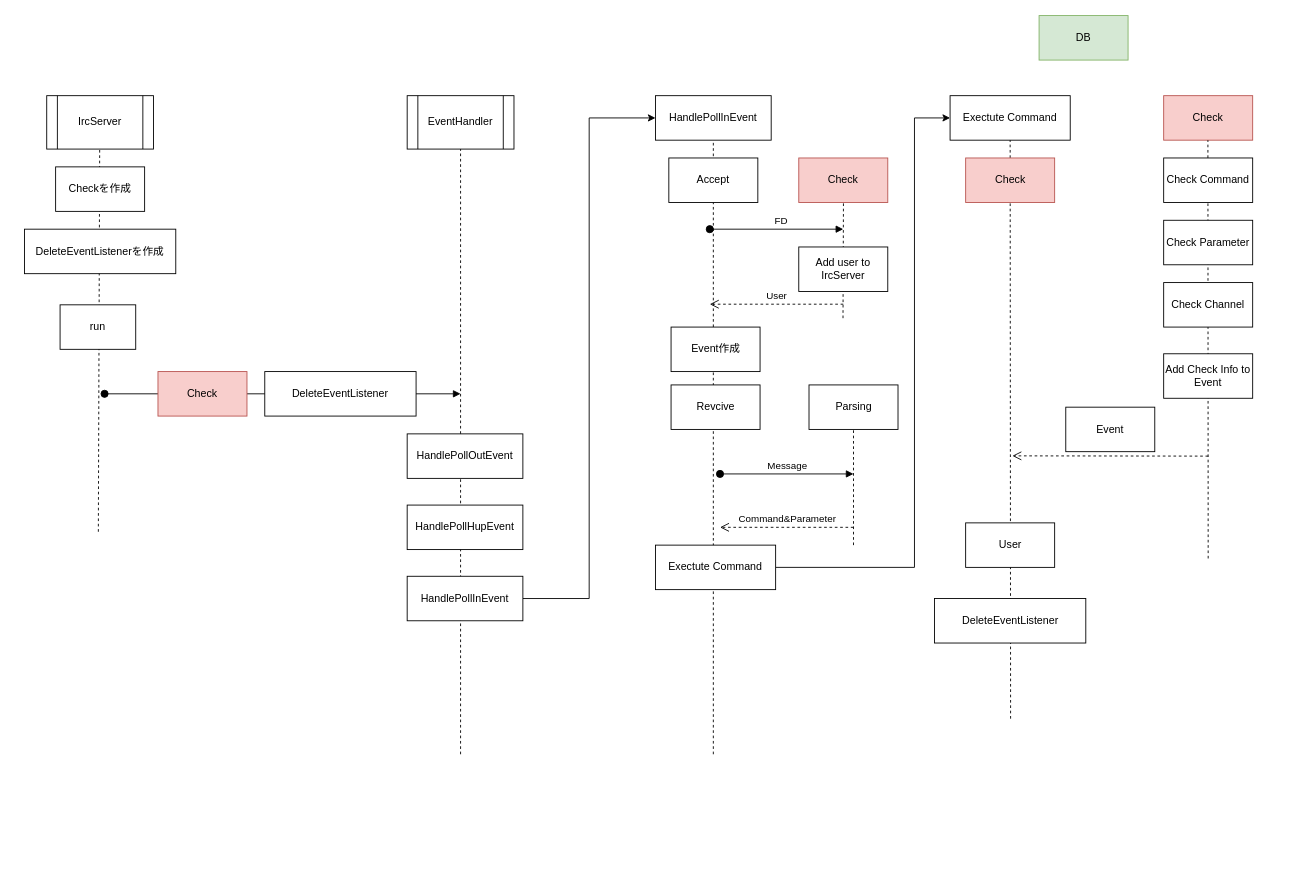
Before: docs/Untitled Diagram.drawio in IRC-WIR/ft_irc, a draw.io diagram. Source tidied: cells renumbered, new cells numbered last; positions are measured from the earlier drawing's top-left corner, leaving out a move shared by most shapes. Both pictures are drawn from the tidied source at 89%, with x=0, y=0 at pixel (24, 15).
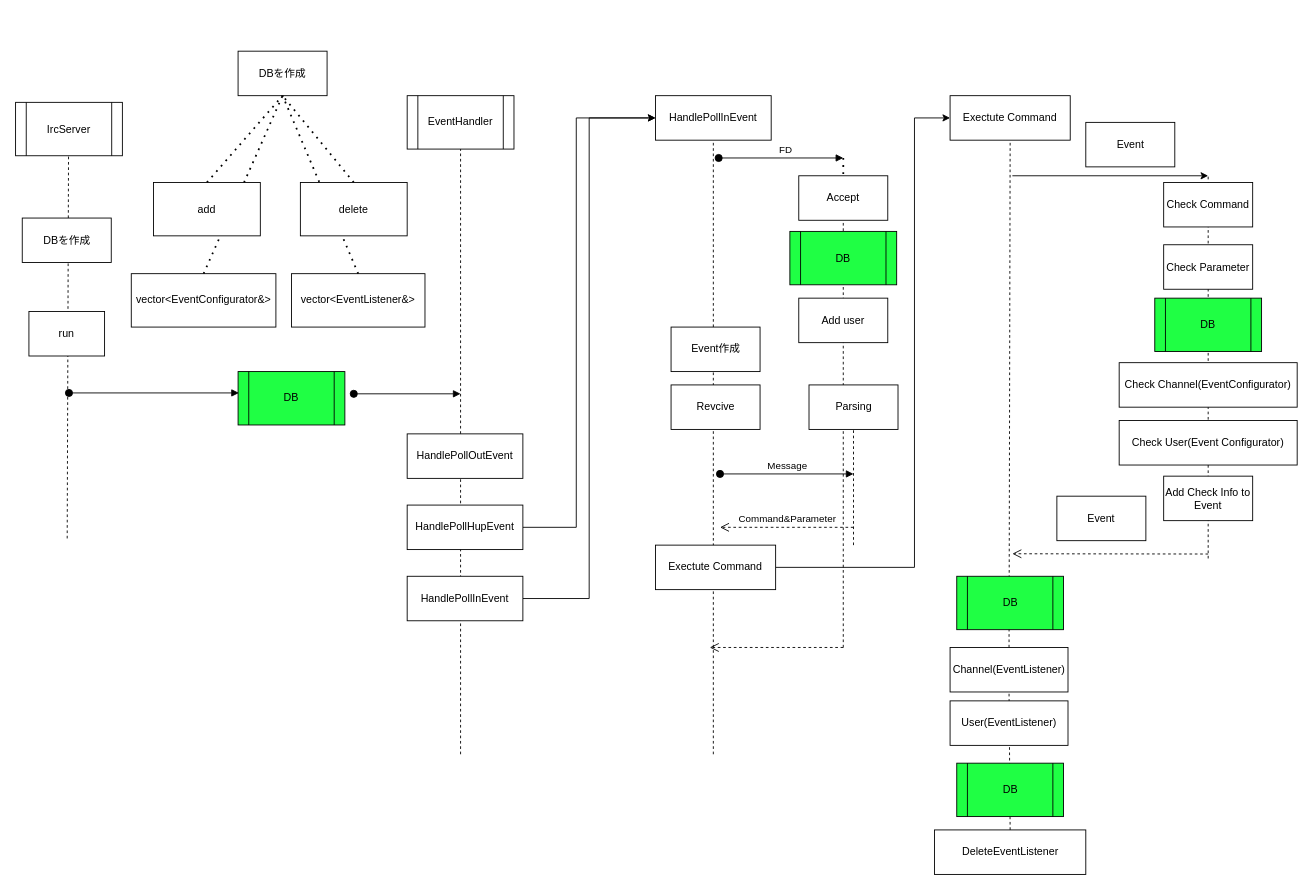
The same page after the edit.

Commit message:
Untitled Diagram.drawio を更新します

Unchanged cells that the change refers to:
```xml
<mxCell id="12" value="HandlePollHupEvent" style="rounded=0;whiteSpace=wrap;html=1;" parent="1" vertex="1">
  <mxGeometry x="430" y="550" width="130" height="50" as="geometry" />
</mxCell>
<mxCell id="13" value="HandlePollInEvent" style="rounded=0;whiteSpace=wrap;html=1;" parent="1" vertex="1">
  <mxGeometry x="709" y="90" width="130" height="50" as="geometry" />
</mxCell>
<mxCell id="24" value="Exectute Command" style="rounded=0;whiteSpace=wrap;html=1;" parent="1" vertex="1">
  <mxGeometry x="1040" y="90" width="135" height="50" as="geometry" />
</mxCell>
```

Change to the diagram source:
```diff
@@
     <mxCell id="4" value="IrcServer" style="shape=process;whiteSpace=wrap;html=1;backgroundOutline=1;" parent="1" vertex="1">
-      <mxGeometry x="25" y="90" width="120" height="60" as="geometry" />
+      <mxGeometry x="-10" y="97.5" width="120" height="60" as="geometry" />
     </mxCell>
     <mxCell id="5" style="endArrow=none;dashed=1;html=1;rounded=0;entryX=0.5;entryY=1;entryDx=0;entryDy=0;" parent="1" edge="1">
       <mxGeometry relative="1" as="geometry">
-        <mxPoint x="83" y="580" as="sourcePoint" />
-        <mxPoint x="84.5" y="150" as="targetPoint" />
+        <mxPoint x="48" y="587.5" as="sourcePoint" />
+        <mxPoint x="49.5" y="157.5" as="targetPoint" />
       </mxGeometry>
     </mxCell>
-    <mxCell id="6" value="Checkを作成" style="rounded=0;whiteSpace=wrap;html=1;fontStyle=0;" parent="1" vertex="1">
-      <mxGeometry x="35" y="170" width="100" height="50" as="geometry" />
+    <mxCell id="6" value="DBを作成" style="rounded=0;whiteSpace=wrap;html=1;fontStyle=0;" parent="1" vertex="1">
+      <mxGeometry x="-2.5" y="227.5" width="100" height="50" as="geometry" />
     </mxCell>
-    <mxCell id="7" value="DeleteEventListenerを作成" style="rounded=0;whiteSpace=wrap;html=1;" parent="1" vertex="1">
-      <mxGeometry y="240" width="170" height="50" as="geometry" />
-    </mxCell>
     <mxCell id="8" value="run" style="rounded=0;whiteSpace=wrap;html=1;" parent="1" vertex="1">
-      <mxGeometry x="40" y="325" width="85" height="50" as="geometry" />
+      <mxGeometry x="5" y="332.5" width="85" height="50" as="geometry" />
     </mxCell>
@@
+    <mxCell id="46" style="edgeStyle=orthogonalEdgeStyle;rounded=0;jettySize=auto;html=1;entryX=0;entryY=0.5;entryDx=0;entryDy=0;" parent="1" edge="1" source="12" target="13">
+      <mxGeometry relative="1" as="geometry">
+        <Array as="points">
+          <mxPoint x="620" y="575" />
+          <mxPoint x="620" y="115" />
+        </Array>
+      </mxGeometry>
+    </mxCell>
@@
     <mxCell id="16" value="Accept" style="rounded=0;whiteSpace=wrap;html=1;" parent="1" vertex="1">
-      <mxGeometry x="724" y="160" width="100" height="50" as="geometry" />
+      <mxGeometry x="870" y="180" width="100" height="50" as="geometry" />
     </mxCell>
@@
-    <mxCell id="18" value="Parsing" style="rounded=0;whiteSpace=wrap;html=1;" parent="1" vertex="1">
-      <mxGeometry x="881.5" y="415" width="100" height="50" as="geometry" />
-    </mxCell>
@@
-    <mxCell id="25" style="endArrow=none;dashed=1;html=1;rounded=0;entryX=0.5;entryY=1;entryDx=0;entryDy=0;" parent="1" edge="1" target="24">
-      <mxGeometry relative="1" as="geometry">
-        <mxPoint x="1108" y="790" as="sourcePoint" />
-      </mxGeometry>
+    <mxCell id="25" style="endArrow=none;dashed=1;html=1;rounded=0;entryX=0.5;entryY=1;entryDx=0;entryDy=0;exitX=0.5;exitY=0;exitDx=0;exitDy=0;" parent="1" edge="1" source="66" target="24">
+      <mxGeometry relative="1" as="geometry" />
     </mxCell>
-    <mxCell id="26" value="Check" style="rounded=0;whiteSpace=wrap;html=1;fillColor=#f8cecc;strokeColor=#b85450;" parent="1" vertex="1">
-      <mxGeometry x="1057.5" y="160" width="100" height="50" as="geometry" />
-    </mxCell>
     <mxCell id="27" value="DeleteEventListener" style="rounded=0;whiteSpace=wrap;html=1;" parent="1" vertex="1">
-      <mxGeometry x="1022.5" y="655" width="170" height="50" as="geometry" />
+      <mxGeometry x="1022.5" y="915" width="170" height="50" as="geometry" />
     </mxCell>
-    <mxCell id="28" value="Check" style="rounded=0;whiteSpace=wrap;html=1;fillColor=#f8cecc;strokeColor=#b85450;" parent="1" vertex="1">
-      <mxGeometry x="870" y="160" width="100" height="50" as="geometry" />
-    </mxCell>
-    <mxCell id="29" style="endArrow=none;dashed=1;html=1;rounded=0;entryX=0.5;entryY=1;entryDx=0;entryDy=0;" parent="1" edge="1">
+    <mxCell id="29" style="endArrow=none;dashed=1;html=1;rounded=0;" parent="1" edge="1">
       <mxGeometry relative="1" as="geometry">
-        <mxPoint x="919.7" y="340" as="sourcePoint" />
-        <mxPoint x="920.2" y="210" as="targetPoint" />
+        <mxPoint x="920" y="710" as="sourcePoint" />
+        <mxPoint x="920" y="230" as="targetPoint" />
       </mxGeometry>
     </mxCell>
     <mxCell id="30" value="FD" style="html=1;verticalAlign=bottom;startArrow=oval;startFill=1;endArrow=block;startSize=8;curved=0;rounded=0;" parent="1" edge="1">
       <mxGeometry x="0.07" relative="1" as="geometry">
-        <mxPoint x="770" y="240" as="sourcePoint" />
-        <mxPoint x="920" y="240" as="targetPoint" />
+        <mxPoint x="780" y="160" as="sourcePoint" />
+        <mxPoint x="920" y="160" as="targetPoint" />
       </mxGeometry>
     </mxCell>
-    <mxCell id="31" value="User" style="html=1;verticalAlign=bottom;endArrow=open;dashed=1;endSize=8;curved=0;rounded=0;" parent="1" edge="1">
+    <mxCell id="31" style="html=1;verticalAlign=bottom;endArrow=open;dashed=1;endSize=8;curved=0;rounded=0;" parent="1" edge="1">
       <mxGeometry relative="1" as="geometry">
-        <mxPoint x="920" y="324.3" as="sourcePoint" />
-        <mxPoint x="770" y="324.3" as="targetPoint" />
+        <mxPoint x="920" y="710" as="sourcePoint" />
+        <mxPoint x="770" y="710" as="targetPoint" />
       </mxGeometry>
     </mxCell>
-    <mxCell id="32" value="Add user to IrcServer" style="rounded=0;whiteSpace=wrap;html=1;" parent="1" vertex="1">
-      <mxGeometry x="870" y="260" width="100" height="50" as="geometry" />
+    <mxCell id="32" value="Add user" style="rounded=0;whiteSpace=wrap;html=1;" parent="1" vertex="1">
+      <mxGeometry x="870" y="317.5" width="100" height="50" as="geometry" />
     </mxCell>
     <mxCell id="33" style="html=1;verticalAlign=bottom;startArrow=oval;startFill=1;endArrow=block;startSize=8;curved=0;rounded=0;" parent="1" edge="1">
       <mxGeometry relative="1" as="geometry">
-        <mxPoint x="90" y="425" as="sourcePoint" />
+        <mxPoint x="370" y="425" as="sourcePoint" />
         <mxPoint x="490" y="425" as="targetPoint" />
       </mxGeometry>
     </mxCell>
-    <mxCell id="34" value="Check" style="rounded=0;whiteSpace=wrap;html=1;fillColor=#f8cecc;strokeColor=#b85450;" parent="1" vertex="1">
-      <mxGeometry x="150" y="400" width="100" height="50" as="geometry" />
-    </mxCell>
-    <mxCell id="35" value="DeleteEventListener" style="rounded=0;whiteSpace=wrap;html=1;" parent="1" vertex="1">
-      <mxGeometry x="270" y="400" width="170" height="50" as="geometry" />
-    </mxCell>
-    <mxCell id="36" value="User" style="rounded=0;whiteSpace=wrap;html=1;" parent="1" vertex="1">
-      <mxGeometry x="1057.5" y="570" width="100" height="50" as="geometry" />
-    </mxCell>
-    <mxCell id="37" value="Check" style="rounded=0;whiteSpace=wrap;html=1;fillColor=#f8cecc;strokeColor=#b85450;" parent="1" vertex="1">
-      <mxGeometry x="1280" y="90" width="100" height="50" as="geometry" />
-    </mxCell>
-    <mxCell id="38" style="endArrow=none;dashed=1;html=1;rounded=0;entryX=0.5;entryY=1;entryDx=0;entryDy=0;" parent="1" edge="1">
+    <mxCell id="38" style="endArrow=none;dashed=1;html=1;rounded=0;" parent="1" edge="1">
       <mxGeometry relative="1" as="geometry">
         <mxPoint x="1330" y="610" as="sourcePoint" />
-        <mxPoint x="1329.7" y="140" as="targetPoint" />
+        <mxPoint x="1330" y="180" as="targetPoint" />
       </mxGeometry>
     </mxCell>
     <mxCell id="39" value="Check Command" style="rounded=0;whiteSpace=wrap;html=1;" parent="1" vertex="1">
-      <mxGeometry x="1280" y="160" width="100" height="50" as="geometry" />
+      <mxGeometry x="1280" y="187.5" width="100" height="50" as="geometry" />
     </mxCell>
     <mxCell id="40" value="Check Parameter" style="rounded=0;whiteSpace=wrap;html=1;" parent="1" vertex="1">
-      <mxGeometry x="1280" y="230" width="100" height="50" as="geometry" />
+      <mxGeometry x="1280" y="257.5" width="100" height="50" as="geometry" />
     </mxCell>
     <mxCell id="41" value="Add Check Info to Event" style="rounded=0;whiteSpace=wrap;html=1;" parent="1" vertex="1">
-      <mxGeometry x="1280" y="380" width="100" height="50" as="geometry" />
+      <mxGeometry x="1280" y="517.5" width="100" height="50" as="geometry" />
     </mxCell>
-    <mxCell id="42" value="Check Channel" style="rounded=0;whiteSpace=wrap;html=1;" parent="1" vertex="1">
-      <mxGeometry x="1280" y="300" width="100" height="50" as="geometry" />
+    <mxCell id="42" value="Check Channel(EventConfigurator)" style="rounded=0;whiteSpace=wrap;html=1;" parent="1" vertex="1">
+      <mxGeometry x="1230" y="390" width="200" height="50" as="geometry" />
     </mxCell>
     <mxCell id="43" style="html=1;verticalAlign=bottom;endArrow=open;dashed=1;endSize=8;curved=0;rounded=0;" parent="1" edge="1">
       <mxGeometry relative="1" as="geometry">
-        <mxPoint x="1330" y="495" as="sourcePoint" />
-        <mxPoint x="1110" y="494.7" as="targetPoint" />
+        <mxPoint x="1330" y="605" as="sourcePoint" />
+        <mxPoint x="1110" y="604.7" as="targetPoint" />
       </mxGeometry>
     </mxCell>
     <mxCell id="44" value="Event" style="rounded=0;whiteSpace=wrap;html=1;" parent="1" vertex="1">
-      <mxGeometry x="1170" y="440" width="100" height="50" as="geometry" />
+      <mxGeometry x="1160" y="540" width="100" height="50" as="geometry" />
     </mxCell>
-    <mxCell id="45" value="DB" style="rounded=0;whiteSpace=wrap;html=1;fillColor=#d5e8d4;strokeColor=#82b366;" parent="1" vertex="1">
-      <mxGeometry x="1140" width="100" height="50" as="geometry" />
-    </mxCell>
+    <mxCell id="47" style="endArrow=none;dashed=1;html=1;dashPattern=1 3;strokeWidth=2;rounded=0;entryX=0.5;entryY=0;entryDx=0;entryDy=0;" parent="1" edge="1" target="16">
+      <mxGeometry relative="1" as="geometry">
+        <mxPoint x="920" y="160" as="sourcePoint" />
+      </mxGeometry>
+    </mxCell>
+    <mxCell id="48" value="Check User(Event Configurator)" style="rounded=0;whiteSpace=wrap;html=1;" parent="1" vertex="1">
+      <mxGeometry x="1230" y="455" width="200" height="50" as="geometry" />
+    </mxCell>
+    <mxCell id="49" style="endArrow=classic;html=1;rounded=0;" parent="1" edge="1">
+      <mxGeometry relative="1" as="geometry">
+        <mxPoint x="1110" y="180" as="sourcePoint" />
+        <mxPoint x="1330" y="180" as="targetPoint" />
+      </mxGeometry>
+    </mxCell>
+    <mxCell id="50" value="Event" style="rounded=0;whiteSpace=wrap;html=1;" parent="1" vertex="1">
+      <mxGeometry x="1192.5" y="120" width="100" height="50" as="geometry" />
+    </mxCell>
+    <mxCell id="51" style="html=1;verticalAlign=bottom;startArrow=oval;startFill=1;endArrow=block;startSize=8;curved=0;rounded=0;entryX=0.008;entryY=0.4;entryDx=0;entryDy=0;entryPerimeter=0;" parent="1" edge="1" target="52">
+      <mxGeometry relative="1" as="geometry">
+        <mxPoint x="50" y="424" as="sourcePoint" />
+      </mxGeometry>
+    </mxCell>
+    <mxCell id="52" value="DB" style="shape=process;whiteSpace=wrap;html=1;backgroundOutline=1;fillColor=#1FFF44;" parent="1" vertex="1">
+      <mxGeometry x="240" y="400" width="120" height="60" as="geometry" />
+    </mxCell>
+    <mxCell id="53" value="DBを作成" style="rounded=0;whiteSpace=wrap;html=1;fontStyle=0;" parent="1" vertex="1">
+      <mxGeometry x="240" y="40" width="100" height="50" as="geometry" />
+    </mxCell>
+    <mxCell id="54" style="endArrow=none;dashed=1;html=1;dashPattern=1 3;strokeWidth=2;rounded=0;entryX=0.5;entryY=1;entryDx=0;entryDy=0;exitX=0.5;exitY=0;exitDx=0;exitDy=0;" parent="1" edge="1" source="60" target="53">
+      <mxGeometry relative="1" as="geometry" />
+    </mxCell>
+    <mxCell id="55" style="endArrow=none;dashed=1;html=1;dashPattern=1 3;strokeWidth=2;rounded=0;entryX=0.5;entryY=1;entryDx=0;entryDy=0;exitX=0.5;exitY=0;exitDx=0;exitDy=0;" parent="1" edge="1" source="61" target="53">
+      <mxGeometry relative="1" as="geometry" />
+    </mxCell>
+    <mxCell id="56" value="vector&amp;lt;EventConfigurator&amp;amp;&amp;gt;" style="rounded=0;whiteSpace=wrap;html=1;" parent="1" vertex="1">
+      <mxGeometry x="120" y="290" width="162.5" height="60" as="geometry" />
+    </mxCell>
+    <mxCell id="57" value="vector&amp;lt;EventListener&amp;amp;&amp;gt;" style="rounded=0;whiteSpace=wrap;html=1;" parent="1" vertex="1">
+      <mxGeometry x="300" y="290" width="150" height="60" as="geometry" />
+    </mxCell>
+    <mxCell id="58" style="endArrow=none;dashed=1;html=1;dashPattern=1 3;strokeWidth=2;rounded=0;entryX=0.5;entryY=1;entryDx=0;entryDy=0;exitX=0.5;exitY=0;exitDx=0;exitDy=0;" parent="1" edge="1" source="56" target="53">
+      <mxGeometry relative="1" as="geometry" />
+    </mxCell>
+    <mxCell id="59" style="endArrow=none;dashed=1;html=1;dashPattern=1 3;strokeWidth=2;rounded=0;exitX=0.5;exitY=0;exitDx=0;exitDy=0;entryX=0.5;entryY=1;entryDx=0;entryDy=0;" parent="1" edge="1" source="57" target="53">
+      <mxGeometry relative="1" as="geometry" />
+    </mxCell>
+    <mxCell id="60" value="delete" style="rounded=0;whiteSpace=wrap;html=1;" parent="1" vertex="1">
+      <mxGeometry x="310" y="187.5" width="120" height="60" as="geometry" />
+    </mxCell>
+    <mxCell id="61" value="add" style="rounded=0;whiteSpace=wrap;html=1;" parent="1" vertex="1">
+      <mxGeometry x="145" y="187.5" width="120" height="60" as="geometry" />
+    </mxCell>
+    <mxCell id="62" value="DB" style="shape=process;whiteSpace=wrap;html=1;backgroundOutline=1;fillColor=#1FFF44;" parent="1" vertex="1">
+      <mxGeometry x="860" y="242.5" width="120" height="60" as="geometry" />
+    </mxCell>
+    <mxCell id="63" value="DB" style="shape=process;whiteSpace=wrap;html=1;backgroundOutline=1;fillColor=#1FFF44;" parent="1" vertex="1">
+      <mxGeometry x="1270" y="317.5" width="120" height="60" as="geometry" />
+    </mxCell>
+    <mxCell id="64" value="DB" style="shape=process;whiteSpace=wrap;html=1;backgroundOutline=1;fillColor=#1FFF44;" parent="1" vertex="1">
+      <mxGeometry x="1047.5" y="630" width="120" height="60" as="geometry" />
+    </mxCell>
+    <mxCell id="65" style="endArrow=none;dashed=1;html=1;rounded=0;entryX=0.5;entryY=1;entryDx=0;entryDy=0;exitX=0.5;exitY=0;exitDx=0;exitDy=0;" parent="1" edge="1" source="27" target="66">
+      <mxGeometry relative="1" as="geometry" />
+    </mxCell>
+    <mxCell id="66" value="Channel(EventListener)" style="rounded=0;whiteSpace=wrap;html=1;" parent="1" vertex="1">
+      <mxGeometry x="1040" y="710" width="132.5" height="50" as="geometry" />
+    </mxCell>
+    <mxCell id="36" value="User(EventListener)" style="rounded=0;whiteSpace=wrap;html=1;" parent="1" vertex="1">
+      <mxGeometry x="1040" y="770" width="132.5" height="50" as="geometry" />
+    </mxCell>
+    <mxCell id="67" value="DB" style="shape=process;whiteSpace=wrap;html=1;backgroundOutline=1;fillColor=#1FFF44;" parent="1" vertex="1">
+      <mxGeometry x="1047.5" y="840" width="120" height="60" as="geometry" />
+    </mxCell>
+    <mxCell id="18" value="Parsing" style="rounded=0;whiteSpace=wrap;html=1;" parent="1" vertex="1">
+      <mxGeometry x="881.5" y="415" width="100" height="50" as="geometry" />
+    </mxCell>
```
